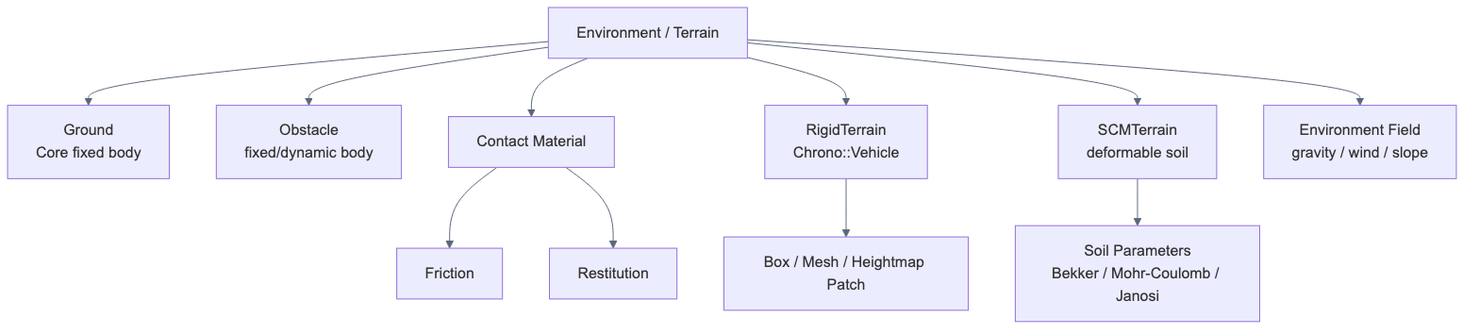
This is 3-layer_report/2.2 Component/images/mermaid_rendered/2_2_mermaid_04.png from Poesy-Lab/Project_Chrono_Practice, a Mermaid export, as it was before one commit. Its source is kept beside it as 3-layer_report/2.2 Component/images/mermaid_rendered/2_2_mermaid_04.mmd.
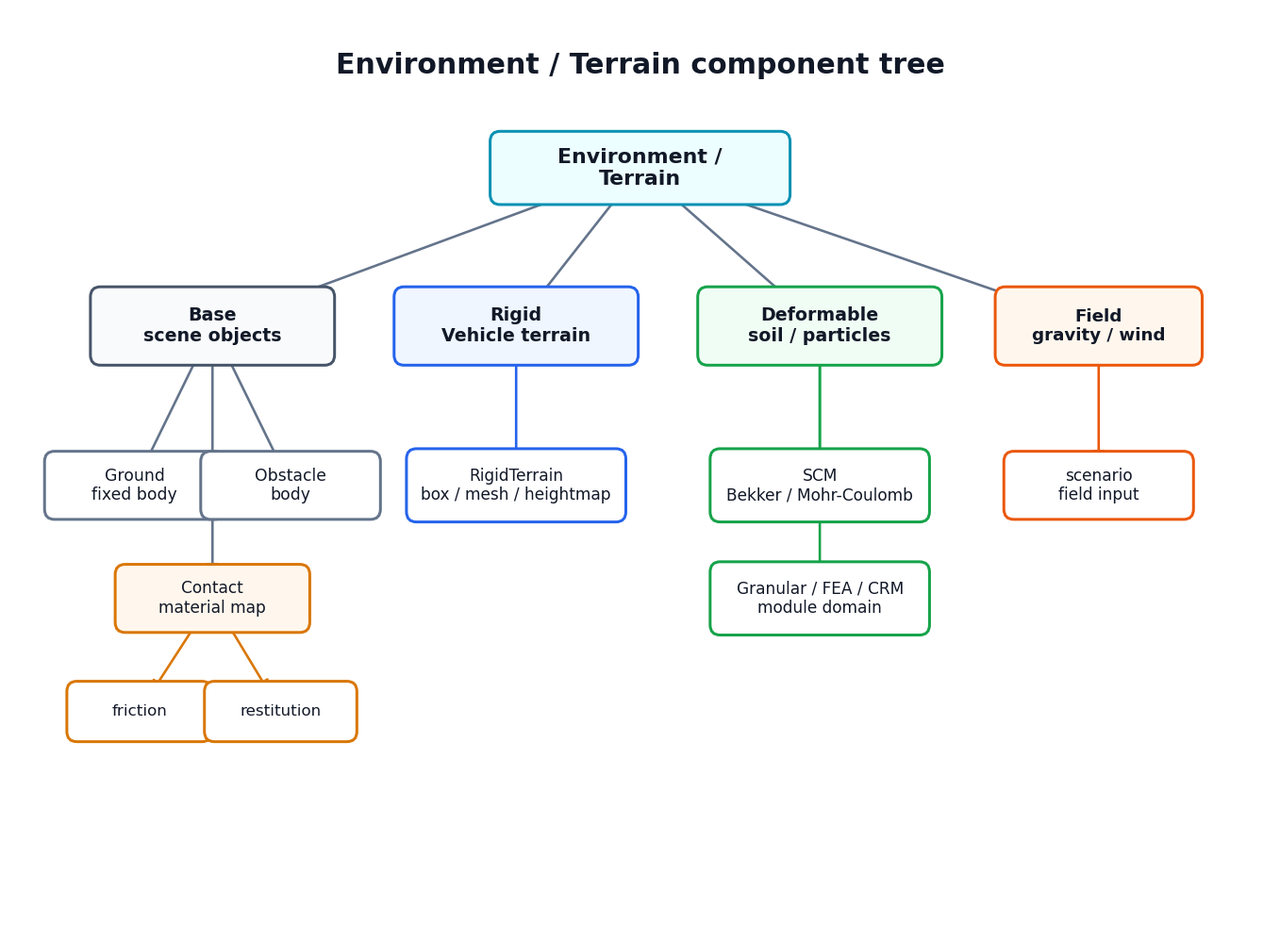
Above is the later version.

Change to the diagram source:
```diff
@@ -1,11 +1,13 @@
 flowchart TB
-    Terrain["Environment / Terrain"] --> Ground["Ground<br/>Core fixed body"]
-    Terrain --> Obstacle["Obstacle<br/>fixed/dynamic body"]
-    Terrain --> Material["Contact Material"]
-    Terrain --> Rigid["RigidTerrain<br/>Chrono::Vehicle"]
-    Terrain --> SCM["SCMTerrain<br/>deformable soil"]
-    Terrain --> Field["Environment Field<br/>gravity / wind / slope"]
-    Rigid --> Patch["Box / Mesh / Heightmap Patch"]
-    SCM --> Soil["Soil Parameters<br/>Bekker / Mohr-Coulomb / Janosi"]
-    Material --> Friction["Friction"]
-    Material --> Restitution["Restitution"]
+    Terrain["Environment / Terrain"] --> Base["Base<br/>scene objects"]
+    Terrain --> Rigid["Rigid<br/>Vehicle terrain"]
+    Terrain --> Deform["Deformable<br/>soil / particles"]
+    Terrain --> Field["Field<br/>gravity / wind / slope"]
+    Base --> Ground["Ground<br/>Core fixed body"]
+    Base --> Obstacle["Obstacle<br/>fixed / dynamic body"]
+    Base --> Material["Contact<br/>material map"]
+    Material --> Friction["friction"]
+    Material --> Restitution["restitution"]
+    Rigid --> Patch["RigidTerrain<br/>box / mesh / heightmap"]
+    Deform --> SCM["SCM<br/>Bekker / Mohr-Coulomb"]
+    Deform --> Granular["Granular / FEA / CRM<br/>module-backed domain"]
```
